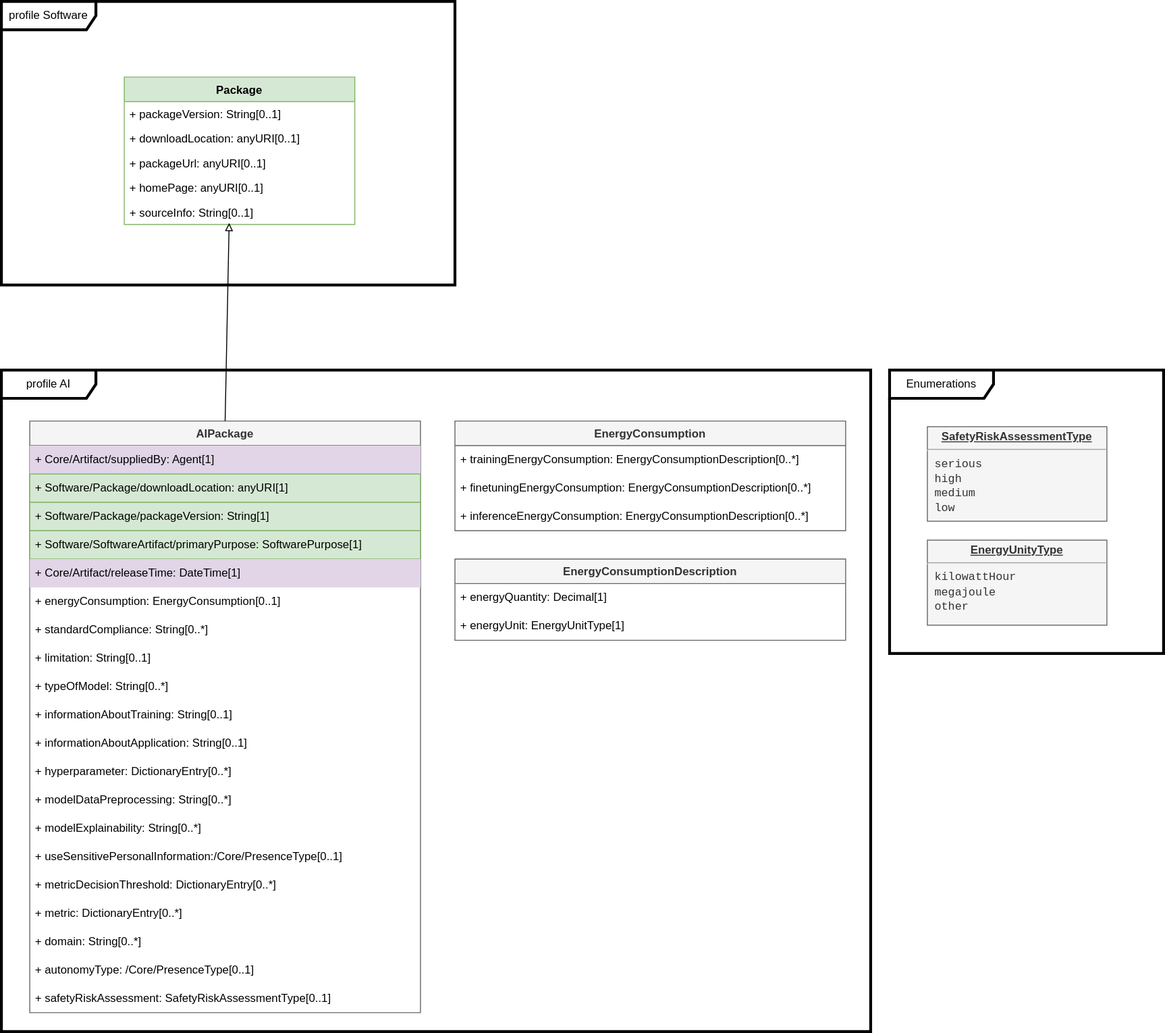
Before: model AI.svg, a diagram exported from draw.io (spdx/spdx-3-model). Source tidied: cells renumbered, new cells last; positions are measured from the earlier drawing's top-left corner, leaving out a move shared by most shapes.
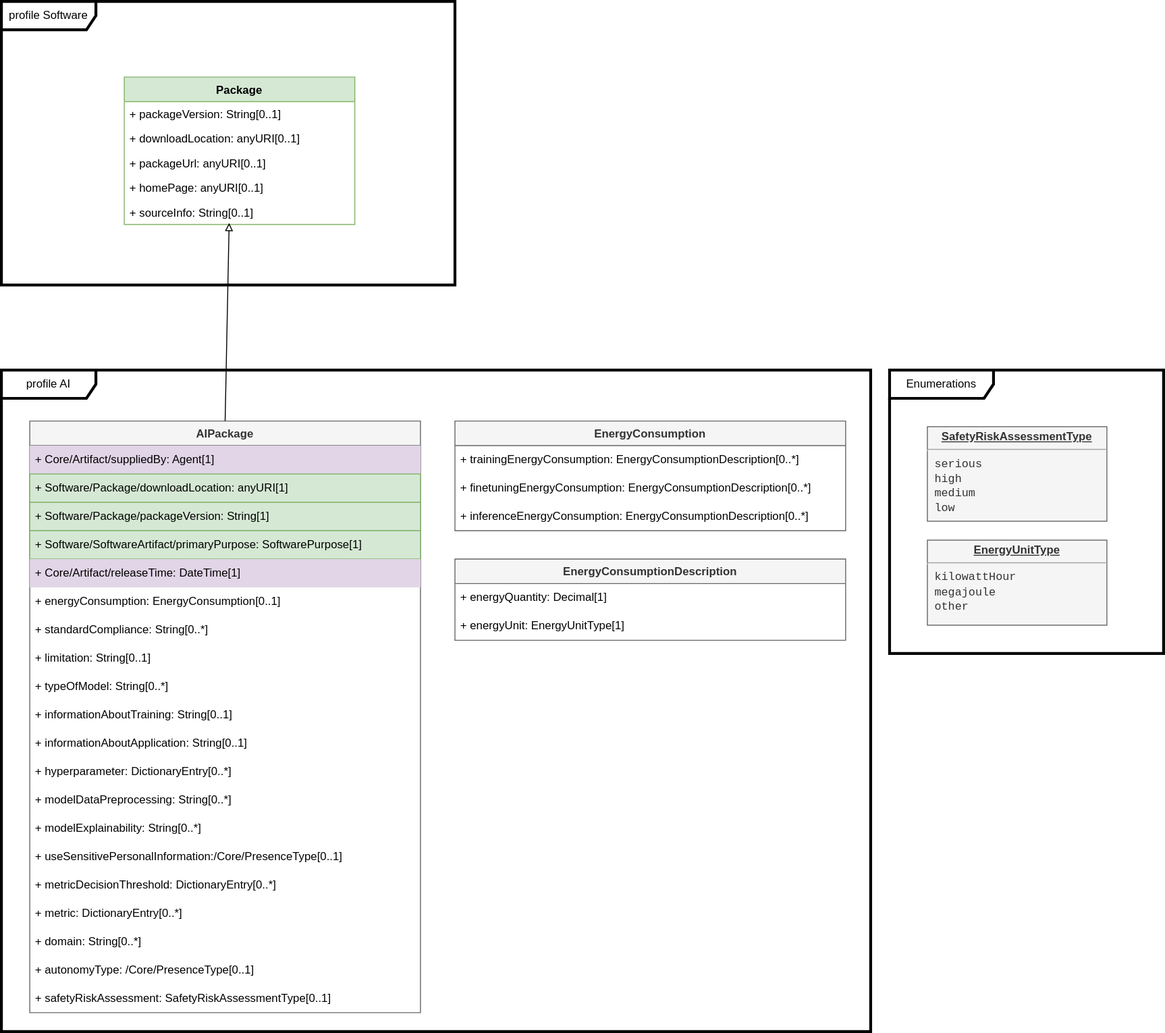
Later version of the same file.

Commit message:
Fixed typo in name of EnergyUnitType

The edit, as a diff of the source:
```diff
@@ -119,7 +119,7 @@
     <mxCell id="40" value="+ energyUnit: EnergyUnitType[1]" style="text;strokeColor=none;fillColor=none;align=left;verticalAlign=middle;spacingLeft=4;spacingRight=4;overflow=hidden;whiteSpace=wrap;html=1;" parent="38" vertex="1">
       <mxGeometry y="56" width="413.5" height="30" as="geometry" />
     </mxCell>
-    <mxCell id="41" value="&lt;p style=&quot;margin: 0px ; margin-top: 4px ; text-align: center ; text-decoration: underline&quot;&gt;&lt;b&gt;EnergyUnityType&lt;/b&gt;&lt;/p&gt;&lt;hr&gt;&lt;p style=&quot;margin: 0px ; margin-left: 8px&quot;&gt;&lt;font face=&quot;Courier New&quot;&gt;kilowattHour&lt;/font&gt;&lt;/p&gt;&lt;p style=&quot;margin: 0px ; margin-left: 8px&quot;&gt;&lt;font face=&quot;Courier New&quot;&gt;megajoule&lt;/font&gt;&lt;/p&gt;&lt;p style=&quot;margin: 0px ; margin-left: 8px&quot;&gt;&lt;font face=&quot;Courier New&quot;&gt;other&lt;/font&gt;&lt;/p&gt;" style="verticalAlign=top;align=left;overflow=fill;fontSize=12;fontFamily=Helvetica;html=1;fillColor=#f5f5f5;strokeColor=#666666;fontColor=#333333;" parent="1" vertex="1">
+    <mxCell id="41" value="&lt;p style=&quot;margin: 0px ; margin-top: 4px ; text-align: center ; text-decoration: underline&quot;&gt;&lt;b&gt;EnergyUnitType&lt;/b&gt;&lt;/p&gt;&lt;hr&gt;&lt;p style=&quot;margin: 0px ; margin-left: 8px&quot;&gt;&lt;font face=&quot;Courier New&quot;&gt;kilowattHour&lt;/font&gt;&lt;/p&gt;&lt;p style=&quot;margin: 0px ; margin-left: 8px&quot;&gt;&lt;font face=&quot;Courier New&quot;&gt;megajoule&lt;/font&gt;&lt;/p&gt;&lt;p style=&quot;margin: 0px ; margin-left: 8px&quot;&gt;&lt;font face=&quot;Courier New&quot;&gt;other&lt;/font&gt;&lt;/p&gt;" style="verticalAlign=top;align=left;overflow=fill;fontSize=12;fontFamily=Helvetica;html=1;fillColor=#f5f5f5;strokeColor=#666666;fontColor=#333333;" parent="1" vertex="1">
       <mxGeometry x="980" y="570" width="190" height="90" as="geometry" />
     </mxCell>
   </root>
```
